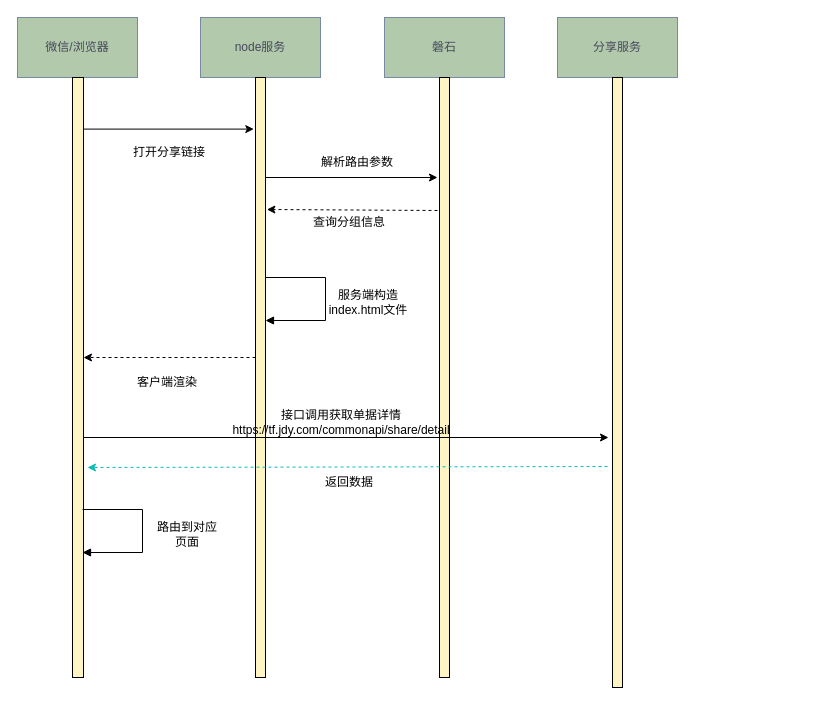
Mark-LoveFootball/mind keeps this draw.io diagram as 未命名绘图.drawio. Above is the earlier version. Source tidied: cells renumbered, new cells numbered last; positions are measured from the earlier drawing's top-left corner, leaving out a move shared by most shapes. Both pictures are drawn from the tidied source at 100%, with x=0, y=0 at pixel (17, 17).
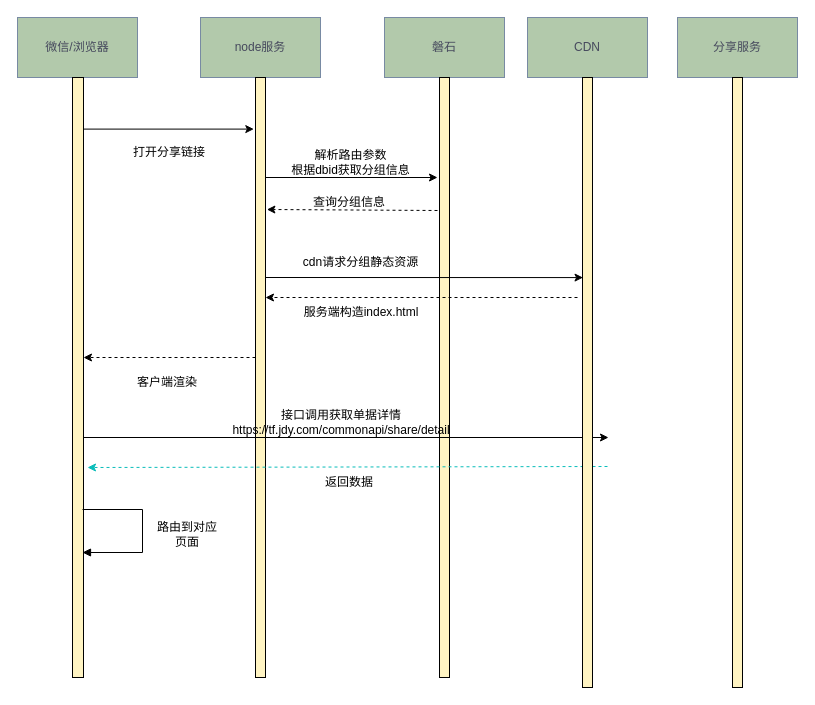
Above is the later version.

The edit, as a diff of the source:
```diff
@@
     <mxCell id="4" value="分享服务" style="rounded=0;whiteSpace=wrap;html=1;fillColor=#B2C9AB;strokeColor=#788AA3;fontColor=#46495D;" parent="1" vertex="1">
-      <mxGeometry x="540" width="120" height="60" as="geometry" />
+      <mxGeometry x="660" width="120" height="60" as="geometry" />
     </mxCell>
@@
     <mxCell id="9" style="rounded=0;whiteSpace=wrap;html=1;fillColor=#FFF4C3;" parent="1" vertex="1">
-      <mxGeometry x="595" y="60" width="10" height="610" as="geometry" />
+      <mxGeometry x="715" y="60" width="10" height="610" as="geometry" />
     </mxCell>
@@
-    <mxCell id="13" value="解析路由参数" style="text;html=1;strokeColor=none;fillColor=none;align=center;verticalAlign=middle;whiteSpace=wrap;rounded=0;" parent="1" vertex="1">
-      <mxGeometry x="300" y="130" width="80" height="30" as="geometry" />
+    <mxCell id="13" value="解析路由参数&lt;br&gt;根据dbid获取分组信息" style="text;html=1;strokeColor=none;fillColor=none;align=center;verticalAlign=middle;whiteSpace=wrap;rounded=0;" parent="1" vertex="1">
+      <mxGeometry x="255" y="130" width="157" height="30" as="geometry" />
     </mxCell>
@@
-    <mxCell id="16" style="edgeStyle=orthogonalEdgeStyle;html=1;align=left;spacingLeft=2;endArrow=block;rounded=0;" parent="1" edge="1">
-      <mxGeometry x="-0.02" y="52" relative="1" as="geometry">
-        <mxPoint x="248" y="260" as="sourcePoint" />
-        <mxPoint x="248" y="303" as="targetPoint" />
-        <Array as="points">
-          <mxPoint x="308" y="260" />
-          <mxPoint x="308" y="303" />
-        </Array>
-      </mxGeometry>
-    </mxCell>
-    <mxCell id="17" value="服务端构造index.html文件" style="text;html=1;strokeColor=none;fillColor=none;align=center;verticalAlign=middle;whiteSpace=wrap;rounded=0;" parent="1" vertex="1">
-      <mxGeometry x="303" y="270" width="96" height="30" as="geometry" />
+    <mxCell id="17" value="服务端构造index.html" style="text;html=1;strokeColor=none;fillColor=none;align=center;verticalAlign=middle;whiteSpace=wrap;rounded=0;" parent="1" vertex="1">
+      <mxGeometry x="270.5" y="280" width="146" height="30" as="geometry" />
     </mxCell>
@@
     <mxCell id="21" value="查询分组信息" style="text;html=1;strokeColor=none;fillColor=none;align=center;verticalAlign=middle;whiteSpace=wrap;rounded=0;" parent="1" vertex="1">
-      <mxGeometry x="284" y="190" width="96" height="30" as="geometry" />
+      <mxGeometry x="284" y="170" width="96" height="30" as="geometry" />
     </mxCell>
@@
+    <mxCell id="26" value="CDN" style="rounded=0;whiteSpace=wrap;html=1;fillColor=#B2C9AB;strokeColor=#788AA3;fontColor=#46495D;" parent="1" vertex="1">
+      <mxGeometry x="510" width="120" height="60" as="geometry" />
+    </mxCell>
+    <mxCell id="27" style="rounded=0;whiteSpace=wrap;html=1;fillColor=#FFF4C3;" parent="1" vertex="1">
+      <mxGeometry x="565" y="60" width="10" height="610" as="geometry" />
+    </mxCell>
+    <mxCell id="28" style="endArrow=classic;html=1;rounded=0;exitX=0.977;exitY=0.086;exitDx=0;exitDy=0;exitPerimeter=0;entryX=0.054;entryY=0.328;entryDx=0;entryDy=0;entryPerimeter=0;" parent="1" edge="1" target="27">
+      <mxGeometry relative="1" as="geometry">
+        <mxPoint x="248.5" y="260" as="sourcePoint" />
+      </mxGeometry>
+    </mxCell>
+    <mxCell id="29" value="cdn请求分组静态资源" style="text;html=1;strokeColor=none;fillColor=none;align=center;verticalAlign=middle;whiteSpace=wrap;rounded=0;" parent="1" vertex="1">
+      <mxGeometry x="265" y="230" width="157" height="30" as="geometry" />
+    </mxCell>
+    <mxCell id="30" style="endArrow=classic;html=1;rounded=0;entryX=1.139;entryY=0.22;entryDx=0;entryDy=0;entryPerimeter=0;dashed=1;" parent="1" edge="1">
+      <mxGeometry relative="1" as="geometry">
+        <mxPoint x="560" y="280" as="sourcePoint" />
+        <mxPoint x="248" y="280" as="targetPoint" />
+      </mxGeometry>
+    </mxCell>
```
